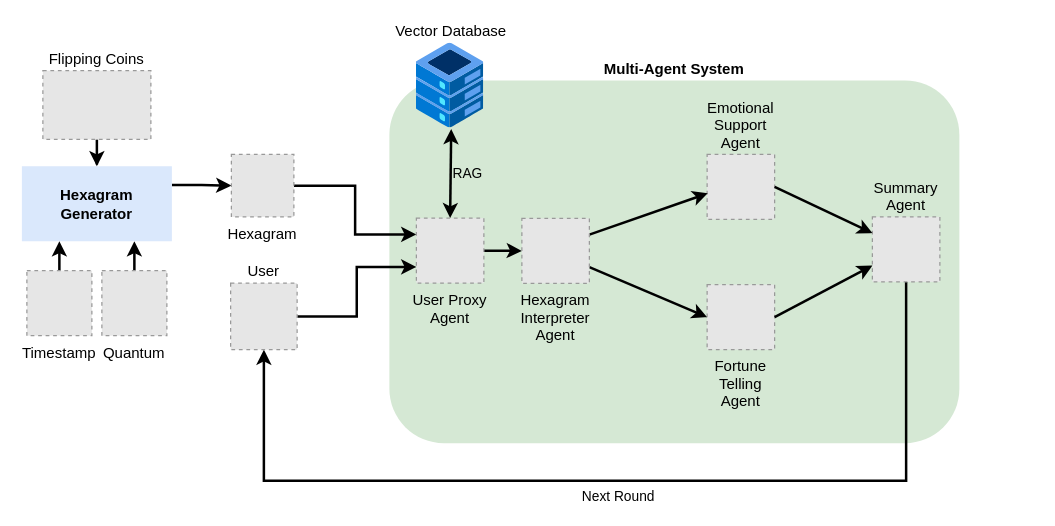
The draw.io diagram report/arch.drawio in ece1786-2024/AIChing, before the edit. Source tidied: cells renumbered, new cells numbered last; positions are measured from the earlier drawing's top-left corner, leaving out a move shared by most shapes. Both pictures are drawn from the tidied source at 125%, with x=0, y=0 at pixel (21, 42). Pictures stored in the file or linked from it are replaced by grey dashed boxes.
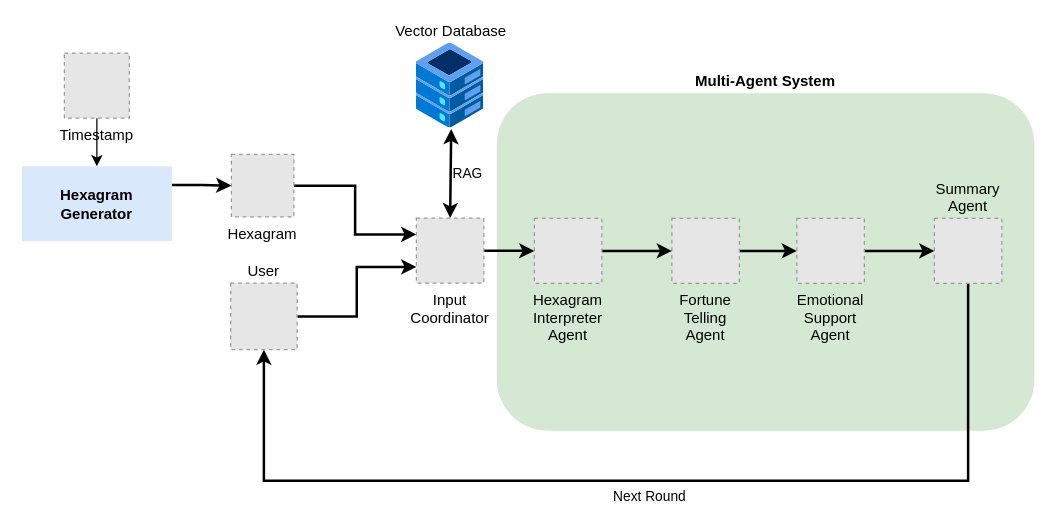
Above is the later version.

The change refers to these unchanged cells:
```xml
<mxCell id="7" value="Hexagram&lt;div&gt;Generator&lt;/div&gt;" style="rounded=0;whiteSpace=wrap;html=1;fontStyle=1;fillColor=#dae8fc;strokeColor=none;labelBackgroundColor=none;" parent="1" vertex="1">
  <mxGeometry y="98.5" width="120" height="60" as="geometry" />
</mxCell>
<mxCell id="19" value="User" style="fillColor=#E6E6E6;strokeColor=#999999;dashed=1;verticalLabelPosition=top;labelBackgroundColor=none;verticalAlign=bottom;fontStyle=0;labelPosition=center;align=center;" parent="1" vertex="1">
  <mxGeometry x="167" y="192" width="53.2" height="53.2" as="geometry" />
</mxCell>
```

The edit, as a diff of the source:
```diff
@@
     <mxCell id="2" value="Multi-Agent System" style="rounded=1;whiteSpace=wrap;html=1;fillColor=#d5e8d4;strokeColor=none;labelPosition=center;verticalLabelPosition=top;align=center;verticalAlign=bottom;fontStyle=1;labelBackgroundColor=none;" parent="1" vertex="1">
-      <mxGeometry x="294" y="29.8" width="456" height="290.2" as="geometry" />
+      <mxGeometry x="380" y="40" width="430" height="270" as="geometry" />
     </mxCell>
     <mxCell id="3" value="Next Round" style="edgeStyle=orthogonalEdgeStyle;rounded=0;jettySize=auto;html=1;entryX=0.5;entryY=1;entryDx=0;entryDy=0;labelBackgroundColor=none;strokeWidth=2;exitX=0.5;exitY=1;exitDx=0;exitDy=0;labelPosition=center;verticalLabelPosition=bottom;align=center;verticalAlign=top;" parent="1" edge="1" source="22" target="19">
       <mxGeometry relative="1" as="geometry">
         <Array as="points">
-          <mxPoint x="707" y="350" />
+          <mxPoint x="757" y="350" />
           <mxPoint x="194" y="350" />
         </Array>
       </mxGeometry>
     </mxCell>
-    <mxCell id="4" style="edgeStyle=orthogonalEdgeStyle;rounded=0;jettySize=auto;html=1;entryX=0.75;entryY=1;entryDx=0;entryDy=0;strokeWidth=2;" parent="1" edge="1" source="5" target="7">
-      <mxGeometry relative="1" as="geometry" />
-    </mxCell>
-    <mxCell id="5" value="Quantum" style="fillColor=#E6E6E6;strokeColor=#999999;dashed=1;verticalLabelPosition=bottom;labelBackgroundColor=none;verticalAlign=top;labelPosition=center;align=center;fontStyle=0;" parent="1" vertex="1">
-      <mxGeometry x="64" y="182" width="52" height="52" as="geometry" />
-    </mxCell>
@@
-    <mxCell id="8" style="edgeStyle=orthogonalEdgeStyle;rounded=0;jettySize=auto;html=1;entryX=0.25;entryY=1;entryDx=0;entryDy=0;strokeWidth=2;" parent="1" edge="1" source="9" target="7">
+    <mxCell id="8" style="edgeStyle=orthogonalEdgeStyle;rounded=0;jettySize=auto;html=1;entryX=0.5;entryY=0;entryDx=0;entryDy=0;" parent="1" edge="1" source="9" target="7">
       <mxGeometry relative="1" as="geometry" />
     </mxCell>
     <mxCell id="9" value="Timestamp" style="fillColor=#E6E6E6;strokeColor=#999999;dashed=1;verticalLabelPosition=bottom;labelBackgroundColor=none;verticalAlign=top;labelPosition=center;align=center;fontStyle=0;" parent="1" vertex="1">
-      <mxGeometry x="4" y="182" width="52" height="52" as="geometry" />
+      <mxGeometry x="34" y="8" width="52" height="52" as="geometry" />
     </mxCell>
@@
-    <mxCell id="12" style="edgeStyle=orthogonalEdgeStyle;rounded=0;jettySize=auto;html=1;fontStyle=0;labelBackgroundColor=none;strokeWidth=2;" parent="1" edge="1" source="13" target="7">
-      <mxGeometry relative="1" as="geometry" />
-    </mxCell>
-    <mxCell id="13" value="Flipping Coins" style="fillColor=#E6E6E6;strokeColor=#999999;dashed=1;verticalLabelPosition=top;labelBackgroundColor=none;verticalAlign=bottom;labelPosition=center;align=center;fontStyle=0;" parent="1" vertex="1">
-      <mxGeometry x="16.8" y="22" width="86.4" height="55" as="geometry" />
-    </mxCell>
@@
-    <mxCell id="15" value="User Proxy&#10;Agent" style="fillColor=#E6E6E6;strokeColor=#999999;dashed=1;verticalLabelPosition=bottom;labelBackgroundColor=none;verticalAlign=top;fontStyle=0;" parent="1" vertex="1">
+    <mxCell id="15" value="Input&#10;Coordinator" style="fillColor=#E6E6E6;strokeColor=#999999;dashed=1;verticalLabelPosition=bottom;verticalAlign=top;" parent="1" vertex="1">
       <mxGeometry x="315.6" y="140" width="54" height="52" as="geometry" />
     </mxCell>
+    <mxCell id="28" style="edgeStyle=orthogonalEdgeStyle;rounded=0;jettySize=auto;html=1;exitX=1;exitY=0.5;exitDx=0;exitDy=0;strokeWidth=2;" parent="1" edge="1" source="16" target="20">
+      <mxGeometry relative="1" as="geometry" />
+    </mxCell>
     <mxCell id="16" value="Fortune&#10;Telling&#10;Agent" style="fillColor=#E6E6E6;strokeColor=#999999;dashed=1;verticalLabelPosition=bottom;labelBackgroundColor=none;verticalAlign=top;fontStyle=0;" parent="1" vertex="1">
-      <mxGeometry x="548.2" y="193.2" width="54" height="52" as="geometry" />
+      <mxGeometry x="520" y="140.2" width="54" height="52" as="geometry" />
     </mxCell>
-    <mxCell id="17" style="endArrow=classic;html=1;rounded=0;exitX=1;exitY=0.75;exitDx=0;exitDy=0;entryX=0;entryY=0.5;entryDx=0;entryDy=0;fontStyle=0;labelBackgroundColor=none;strokeWidth=2;" parent="1" edge="1" source="27" target="16">
+    <mxCell id="17" style="endArrow=classic;html=1;rounded=0;exitX=1;exitY=0.5;exitDx=0;exitDy=0;entryX=0;entryY=0.5;entryDx=0;entryDy=0;fontStyle=0;labelBackgroundColor=none;strokeWidth=2;" parent="1" edge="1" source="27" target="16">
       <mxGeometry relative="1" as="geometry" />
     </mxCell>
@@
+    <mxCell id="24" style="edgeStyle=orthogonalEdgeStyle;rounded=0;jettySize=auto;html=1;exitX=1;exitY=0.5;exitDx=0;exitDy=0;entryX=0;entryY=0.5;entryDx=0;entryDy=0;strokeWidth=2;" parent="1" edge="1" source="20" target="22">
+      <mxGeometry relative="1" as="geometry" />
+    </mxCell>
-    <mxCell id="20" value="Emotional&#10;Support&#10;Agent" style="fillColor=#E6E6E6;strokeColor=#999999;dashed=1;verticalLabelPosition=top;labelBackgroundColor=none;verticalAlign=bottom;fontStyle=0;labelPosition=center;align=center;" parent="1" vertex="1">
-      <mxGeometry x="548.2" y="89" width="54" height="52" as="geometry" />
+    <mxCell id="20" value="Emotional&#10;Support&#10;Agent" style="fillColor=#E6E6E6;strokeColor=#999999;dashed=1;verticalLabelPosition=bottom;labelBackgroundColor=none;verticalAlign=top;fontStyle=0;labelPosition=center;align=center;" parent="1" vertex="1">
+      <mxGeometry x="620" y="140.2" width="54" height="52" as="geometry" />
     </mxCell>
-    <mxCell id="21" style="endArrow=classic;html=1;rounded=0;entryX=0.009;entryY=0.599;entryDx=0;entryDy=0;fontStyle=0;labelBackgroundColor=none;strokeWidth=2;entryPerimeter=0;exitX=1;exitY=0.25;exitDx=0;exitDy=0;" parent="1" edge="1" source="27" target="20">
-      <mxGeometry relative="1" as="geometry" />
-    </mxCell>
     <mxCell id="22" value="Summary&#10;Agent" style="fillColor=#E6E6E6;strokeColor=#999999;dashed=1;verticalLabelPosition=top;labelBackgroundColor=none;verticalAlign=bottom;fontStyle=0;labelPosition=center;align=center;" parent="1" vertex="1">
-      <mxGeometry x="680.4" y="139" width="54" height="52" as="geometry" />
+      <mxGeometry x="730" y="140.2" width="54" height="52" as="geometry" />
     </mxCell>
-    <mxCell id="23" style="endArrow=classic;html=1;rounded=0;exitX=1;exitY=0.5;exitDx=0;exitDy=0;entryX=0;entryY=0.75;entryDx=0;entryDy=0;fontStyle=0;labelBackgroundColor=none;strokeWidth=2;" parent="1" edge="1" source="16" target="22">
-      <mxGeometry relative="1" as="geometry" />
-    </mxCell>
-    <mxCell id="24" style="endArrow=classic;html=1;rounded=0;exitX=1;exitY=0.5;exitDx=0;exitDy=0;entryX=0;entryY=0.25;entryDx=0;entryDy=0;fontStyle=0;labelBackgroundColor=none;strokeWidth=2;" parent="1" edge="1" source="20" target="22">
-      <mxGeometry relative="1" as="geometry" />
-    </mxCell>
@@
     <mxCell id="27" value="Hexagram&#10;Interpreter&#10;Agent" style="fillColor=#E6E6E6;strokeColor=#999999;dashed=1;verticalLabelPosition=bottom;labelBackgroundColor=none;verticalAlign=top;fontStyle=0;labelPosition=center;align=center;" parent="1" vertex="1">
-      <mxGeometry x="400" y="140.2" width="54" height="52" as="geometry" />
+      <mxGeometry x="410" y="140.2" width="54" height="52" as="geometry" />
     </mxCell>
```
